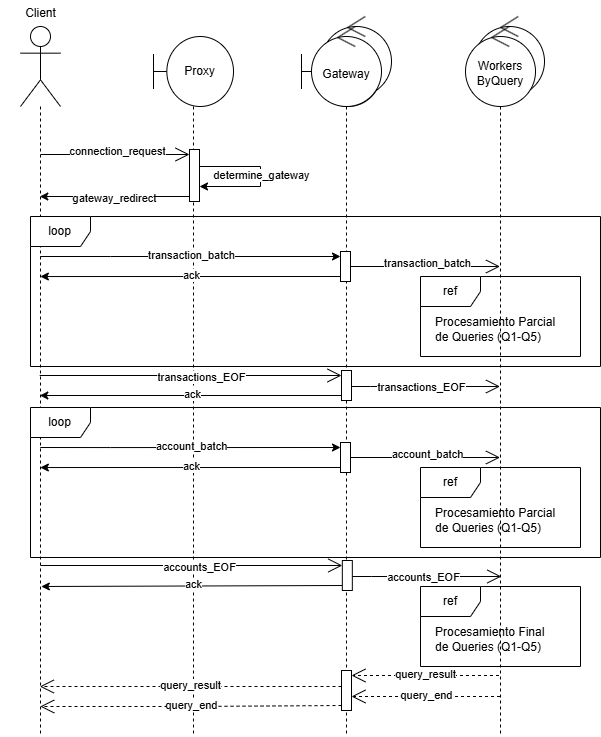
Earlier version of the draw.io export docs/diagramas/diagrama_secuencia.png (LucianaLarrosa/tp-distribuidos-moneylaundering). Source tidied: cells renumbered, new cells last; positions are measured from the earlier drawing's top-left corner, leaving out a move shared by most shapes.
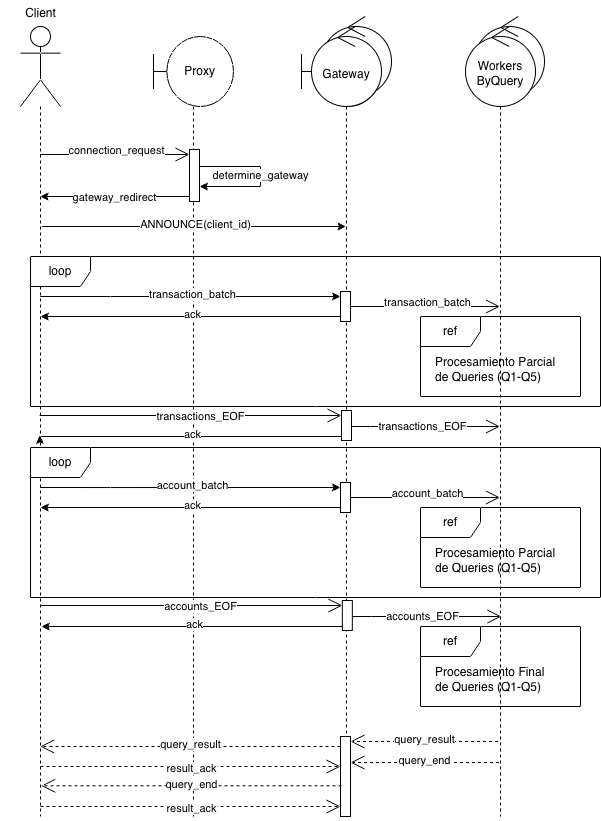
After the change.

Commit message:
docs: update sequence diagram explanation and enhance client acknowledgment details

What changed in the source:
```diff
@@ -3,37 +3,54 @@
     <mxCell id="0" />
     <mxCell id="1" parent="0" />
     <mxCell id="2" value="Boundary Object" style="shape=umlBoundary;whiteSpace=wrap;html=1;" parent="1" vertex="1">
-      <mxGeometry x="301" y="36" width="80" height="70" as="geometry" />
+      <mxGeometry x="301" y="-4" width="80" height="70" as="geometry" />
     </mxCell>
     <mxCell id="3" style="ellipse;shape=umlControl;whiteSpace=wrap;html=1;verticalAlign=middle;" parent="1" vertex="1">
-      <mxGeometry x="321" y="16" width="70" height="80" as="geometry" />
+      <mxGeometry x="321" y="-24" width="70" height="80" as="geometry" />
     </mxCell>
     <mxCell id="4" value=" " style="shape=umlLifeline;perimeter=lifelinePerimeter;whiteSpace=wrap;html=1;outlineConnect=0;portConstraint=eastwest;newEdgeStyle={&quot;curved&quot;:0,&quot;rounded&quot;:0};participant=umlActor;size=80;" parent="1" vertex="1">
-      <mxGeometry x="20" y="26" width="40" height="710" as="geometry" />
+      <mxGeometry x="20" y="-14" width="40" height="790" as="geometry" />
     </mxCell>
     <mxCell id="5" value="&lt;span style=&quot;font-weight: normal;&quot;&gt;Client&lt;/span&gt;" style="text;align=center;fontStyle=1;verticalAlign=middle;spacingLeft=3;spacingRight=3;strokeColor=none;html=1;" parent="1" vertex="1">
-      <mxGeometry width="80" height="26" as="geometry" />
+      <mxGeometry y="-40" width="80" height="26" as="geometry" />
     </mxCell>
     <mxCell id="6" value="&lt;div&gt;&lt;span style=&quot;font-size: 12px; background-color: transparent; color: light-dark(rgb(0, 0, 0), rgb(255, 255, 255));&quot;&gt;&lt;br&gt;&lt;/span&gt;&lt;/div&gt;&lt;div&gt;&lt;span style=&quot;font-size: 12px; background-color: transparent; color: light-dark(rgb(0, 0, 0), rgb(255, 255, 255));&quot;&gt;Gateway&lt;/span&gt;&lt;/div&gt;" style="shape=umlLifeline;perimeter=lifelinePerimeter;whiteSpace=wrap;html=1;outlineConnect=0;portConstraint=eastwest;newEdgeStyle={&quot;curved&quot;:0,&quot;rounded&quot;:0};participant=umlControl;fontSize=8;size=80;" parent="1" vertex="1">
-      <mxGeometry x="311" y="26" width="70" height="710" as="geometry" />
+      <mxGeometry x="311" y="-14" width="70" height="790" as="geometry" />
     </mxCell>
-    <mxCell id="7" style="html=1;points=[[0,0,0,0,5],[0,1,0,0,-5],[1,0,0,0,5],[1,1,0,0,-5]];perimeter=orthogonalPerimeter;outlineConnect=0;targetShapes=umlLifeline;portConstraint=eastwest;newEdgeStyle={&quot;curved&quot;:0,&quot;rounded&quot;:0};" parent="6" vertex="1">
-      <mxGeometry x="30" y="644" width="10" height="40" as="geometry" />
-    </mxCell>
     <mxCell id="8" style="html=1;points=[[0,0,0,0,5],[0,1,0,0,-5],[1,0,0,0,5],[1,1,0,0,-5]];perimeter=orthogonalPerimeter;outlineConnect=0;targetShapes=umlLifeline;portConstraint=eastwest;newEdgeStyle={&quot;curved&quot;:0,&quot;rounded&quot;:0};" parent="6" vertex="1">
-      <mxGeometry x="29" y="225" width="10" height="30" as="geometry" />
+      <mxGeometry x="29" y="265" width="10" height="30" as="geometry" />
     </mxCell>
     <mxCell id="9" style="html=1;points=[[0,0,0,0,5],[0,1,0,0,-5],[1,0,0,0,5],[1,1,0,0,-5]];perimeter=orthogonalPerimeter;outlineConnect=0;targetShapes=umlLifeline;portConstraint=eastwest;newEdgeStyle={&quot;curved&quot;:0,&quot;rounded&quot;:0};" parent="6" vertex="1">
-      <mxGeometry x="29" y="416" width="10" height="30" as="geometry" />
+      <mxGeometry x="29" y="456" width="10" height="30" as="geometry" />
     </mxCell>
+    <mxCell id="7" style="html=1;points=[[0,0,0,0,5],[0,1,0,0,-5],[1,0,0,0,5],[1,1,0,0,-5]];perimeter=orthogonalPerimeter;outlineConnect=0;targetShapes=umlLifeline;portConstraint=eastwest;newEdgeStyle={&quot;curved&quot;:0,&quot;rounded&quot;:0};" parent="6" vertex="1">
+      <mxGeometry x="29" y="710" width="10" height="80" as="geometry" />
+    </mxCell>
+    <mxCell id="15" style="endArrow=open;endFill=1;endSize=12;html=1;rounded=0;entryX=1;entryY=0;entryDx=0;entryDy=5;entryPerimeter=0;dashed=1;" parent="6" edge="1" target="7">
+      <mxGeometry relative="1" as="geometry">
+        <mxPoint x="186.5" y="715" as="sourcePoint" />
+      </mxGeometry>
+    </mxCell>
+    <mxCell id="16" value="query_result" style="edgeLabel;html=1;align=center;verticalAlign=middle;" parent="15" vertex="1">
+      <mxGeometry y="-2" relative="1" as="geometry" />
+    </mxCell>
+    <mxCell id="51" style="endArrow=open;endFill=1;endSize=12;html=1;rounded=0;dashed=1;" parent="6" edge="1">
+      <mxGeometry relative="1" as="geometry">
+        <mxPoint x="187.5" y="736" as="sourcePoint" />
+        <mxPoint x="39" y="736" as="targetPoint" />
+      </mxGeometry>
+    </mxCell>
+    <mxCell id="52" value="query_end" style="edgeLabel;html=1;align=center;verticalAlign=middle;" parent="51" vertex="1">
+      <mxGeometry y="-2" relative="1" as="geometry" />
+    </mxCell>
     <mxCell id="10" value="&amp;nbsp; &amp;nbsp; Proxy" style="shape=umlLifeline;perimeter=lifelinePerimeter;whiteSpace=wrap;html=1;newEdgeStyle={&quot;curved&quot;:0,&quot;rounded&quot;:0};participant=umlBoundary;size=70;align=center;verticalAlign=middle;" parent="1" vertex="1">
-      <mxGeometry x="153" y="36" width="80" height="700" as="geometry" />
+      <mxGeometry x="153" y="-4" width="80" height="780" as="geometry" />
     </mxCell>
     <mxCell id="11" style="ellipse;shape=umlControl;whiteSpace=wrap;html=1;verticalAlign=middle;" parent="1" vertex="1">
-      <mxGeometry x="474" y="16" width="70" height="80" as="geometry" />
+      <mxGeometry x="474" y="-24" width="70" height="80" as="geometry" />
     </mxCell>
     <mxCell id="12" value="&lt;div&gt;&lt;span style=&quot;font-size: 12px;&quot;&gt;&lt;br&gt;&lt;/span&gt;&lt;/div&gt;&lt;span style=&quot;font-size: 12px;&quot;&gt;Workers&lt;/span&gt;&lt;div&gt;&lt;span style=&quot;font-size: 12px;&quot;&gt;ByQuery&lt;/span&gt;&lt;/div&gt;" style="shape=umlLifeline;perimeter=lifelinePerimeter;whiteSpace=wrap;html=1;outlineConnect=0;portConstraint=eastwest;newEdgeStyle={&quot;curved&quot;:0,&quot;rounded&quot;:0};participant=umlControl;fontSize=8;size=80;" parent="1" vertex="1">
-      <mxGeometry x="465" y="26" width="70" height="710" as="geometry" />
+      <mxGeometry x="465" y="-14" width="70" height="790" as="geometry" />
     </mxCell>
     <mxCell id="13" value="ref" style="shape=umlFrame;whiteSpace=wrap;html=1;" parent="1" vertex="1">
       <mxGeometry x="420" y="276" width="160" height="80" as="geometry" />
@@ -41,19 +58,11 @@
     <mxCell id="14" value="&lt;span style=&quot;font-weight: normal;&quot;&gt;Procesamiento Parcial&amp;nbsp;&lt;/span&gt;&lt;div&gt;&lt;span style=&quot;font-weight: normal;&quot;&gt;de Queries (Q1-Q5)&lt;/span&gt;&lt;/div&gt;" style="text;align=left;fontStyle=1;verticalAlign=middle;spacingLeft=3;spacingRight=3;strokeColor=none;html=1;" parent="1" vertex="1">
       <mxGeometry x="430" y="316" width="140" height="26" as="geometry" />
     </mxCell>
-    <mxCell id="15" style="endArrow=open;endFill=1;endSize=12;html=1;rounded=0;entryX=1;entryY=0;entryDx=0;entryDy=5;entryPerimeter=0;dashed=1;" parent="1" edge="1" target="7">
-      <mxGeometry relative="1" as="geometry">
-        <mxPoint x="498.5" y="675" as="sourcePoint" />
-      </mxGeometry>
-    </mxCell>
-    <mxCell id="16" value="query_result" style="edgeLabel;html=1;align=center;verticalAlign=middle;" parent="15" vertex="1">
-      <mxGeometry y="-2" relative="1" as="geometry" />
-    </mxCell>
-    <mxCell id="17" style="endArrow=open;endFill=1;endSize=12;html=1;rounded=0;dashed=1;" parent="1" edge="1" source="7">
+    <mxCell id="17" style="endArrow=open;endFill=1;endSize=12;html=1;rounded=0;dashed=1;" parent="1" edge="1" source="7" target="4">
       <mxGeometry relative="1" as="geometry">
-        <mxPoint x="39.3" y="686" as="targetPoint" />
         <Array as="points">
-          <mxPoint x="190" y="686" />
+          <mxPoint x="240" y="706" />
+          <mxPoint x="110" y="706" />
         </Array>
       </mxGeometry>
     </mxCell>
@@ -72,8 +81,8 @@
     <mxCell id="22" style="edgeStyle=orthogonalEdgeStyle;rounded=0;jettySize=auto;html=1;curved=0;exitX=0;exitY=1;exitDx=0;exitDy=-5;exitPerimeter=0;" parent="1" edge="1" source="24" target="4">
       <mxGeometry relative="1" as="geometry">
         <Array as="points">
-          <mxPoint x="90" y="196" />
-          <mxPoint x="90" y="196" />
+          <mxPoint x="90" y="156" />
+          <mxPoint x="90" y="156" />
         </Array>
       </mxGeometry>
     </mxCell>
@@ -81,11 +90,11 @@
       <mxGeometry x="0.01" y="1" relative="1" as="geometry" />
     </mxCell>
     <mxCell id="24" style="html=1;points=[[0,0,0,0,5],[0,1,0,0,-5],[1,0,0,0,5],[1,1,0,0,-5]];perimeter=orthogonalPerimeter;outlineConnect=0;targetShapes=umlLifeline;portConstraint=eastwest;newEdgeStyle={&quot;curved&quot;:0,&quot;rounded&quot;:0};" parent="1" vertex="1">
-      <mxGeometry x="189" y="149" width="10" height="52" as="geometry" />
+      <mxGeometry x="189" y="109" width="10" height="52" as="geometry" />
     </mxCell>
     <mxCell id="25" style="endArrow=open;endFill=1;endSize=12;html=1;rounded=0;entryX=0;entryY=0;entryDx=0;entryDy=5;entryPerimeter=0;" parent="1" edge="1" target="24">
       <mxGeometry relative="1" as="geometry">
-        <mxPoint x="40" y="154" as="sourcePoint" />
+        <mxPoint x="40" y="114" as="sourcePoint" />
       </mxGeometry>
     </mxCell>
     <mxCell id="26" value="connection_request" style="edgeLabel;html=1;align=center;verticalAlign=middle;" parent="25" vertex="1">
@@ -113,8 +122,9 @@
     <mxCell id="31" value="transactions&lt;span style=&quot;color: light-dark(rgb(0, 0, 0), rgb(255, 255, 255));&quot;&gt;_EOF&lt;/span&gt;" style="edgeLabel;html=1;align=center;verticalAlign=middle;" parent="30" vertex="1">
       <mxGeometry x="0.07" y="-1" relative="1" as="geometry" />
     </mxCell>
-    <mxCell id="32" style="endArrow=open;endFill=1;endSize=12;html=1;rounded=0;" parent="1" edge="1" source="29" target="12">
+    <mxCell id="32" style="endArrow=open;endFill=1;endSize=12;html=1;rounded=0;" parent="1" edge="1" source="29">
       <mxGeometry relative="1" as="geometry">
+        <mxPoint x="499.5" y="386" as="targetPoint" />
         <Array as="points">
           <mxPoint x="370" y="386" />
         </Array>
@@ -128,8 +138,8 @@
     <mxCell id="34" style="edgeStyle=orthogonalEdgeStyle;rounded=0;orthogonalLoop=1;jettySize=auto;html=1;curved=0;" parent="1" edge="1" source="24" target="24">
       <mxGeometry relative="1" as="geometry">
         <Array as="points">
-          <mxPoint x="260" y="166" />
-          <mxPoint x="260" y="186" />
+          <mxPoint x="260" y="126" />
+          <mxPoint x="260" y="146" />
         </Array>
       </mxGeometry>
     </mxCell>
@@ -202,8 +212,9 @@
     <mxCell id="48" value="ack" style="edgeLabel;html=1;align=center;verticalAlign=middle;" parent="47" vertex="1">
       <mxGeometry x="-0.01" y="-2" relative="1" as="geometry" />
     </mxCell>
-    <mxCell id="49" style="edgeStyle=orthogonalEdgeStyle;rounded=0;jettySize=auto;html=1;curved=0;startArrow=none;startFill=0;endArrow=classic;endFill=1;exitX=0;exitY=1;exitDx=0;exitDy=-5;exitPerimeter=0;" parent="1" edge="1" source="29" target="4">
+    <mxCell id="49" style="edgeStyle=orthogonalEdgeStyle;rounded=0;jettySize=auto;html=1;curved=0;startArrow=none;startFill=0;endArrow=classic;endFill=1;exitX=0;exitY=1;exitDx=0;exitDy=-5;exitPerimeter=0;" parent="1" edge="1" source="29">
       <mxGeometry relative="1" as="geometry">
+        <mxPoint x="39.1" y="395" as="targetPoint" />
         <Array as="points">
           <mxPoint x="341" y="396" />
         </Array>
@@ -212,20 +223,12 @@
     <mxCell id="50" value="ack" style="edgeLabel;html=1;align=center;verticalAlign=middle;" parent="49" vertex="1">
       <mxGeometry x="-0.01" y="-2" relative="1" as="geometry" />
     </mxCell>
-    <mxCell id="51" style="endArrow=open;endFill=1;endSize=12;html=1;rounded=0;dashed=1;" parent="1" edge="1">
-      <mxGeometry relative="1" as="geometry">
-        <mxPoint x="499.5" y="696" as="sourcePoint" />
-        <mxPoint x="351" y="696" as="targetPoint" />
-      </mxGeometry>
-    </mxCell>
-    <mxCell id="52" value="query_end" style="edgeLabel;html=1;align=center;verticalAlign=middle;" parent="51" vertex="1">
-      <mxGeometry y="-2" relative="1" as="geometry" />
-    </mxCell>
-    <mxCell id="53" style="endArrow=open;endFill=1;endSize=12;html=1;rounded=0;dashed=1;exitX=0;exitY=1;exitDx=0;exitDy=-5;exitPerimeter=0;" parent="1" edge="1" source="7">
+    <mxCell id="53" style="endArrow=open;endFill=1;endSize=12;html=1;rounded=0;dashed=1;" parent="1" edge="1">
       <mxGeometry relative="1" as="geometry">
-        <mxPoint x="39.7" y="706" as="targetPoint" />
+        <mxPoint x="341" y="745.3" as="sourcePoint" />
+        <mxPoint x="40.7" y="745.3" as="targetPoint" />
         <Array as="points">
-          <mxPoint x="191" y="706" />
+          <mxPoint x="192" y="745.3" />
         </Array>
       </mxGeometry>
     </mxCell>
@@ -267,5 +270,41 @@
     <mxCell id="61" value="ack" style="edgeLabel;html=1;align=center;verticalAlign=middle;" parent="60" vertex="1">
       <mxGeometry x="-0.01" y="-2" relative="1" as="geometry" />
     </mxCell>
+    <mxCell id="62" style="edgeStyle=orthogonalEdgeStyle;rounded=0;jettySize=auto;html=1;curved=0;startArrow=classic;startFill=1;endArrow=none;endFill=0;" parent="1" edge="1" source="6">
+      <mxGeometry relative="1" as="geometry">
+        <mxPoint x="41.6" y="186" as="targetPoint" />
+        <Array as="points">
+          <mxPoint x="250" y="186" />
+          <mxPoint x="250" y="186" />
+        </Array>
+      </mxGeometry>
+    </mxCell>
+    <mxCell id="63" value="ANNOUNCE(client_id)" style="edgeLabel;html=1;align=center;verticalAlign=middle;" parent="62" vertex="1">
+      <mxGeometry x="-0.01" y="-2" relative="1" as="geometry" />
+    </mxCell>
+    <mxCell id="64" style="endArrow=open;endFill=1;endSize=12;html=1;rounded=0;dashed=1;" parent="1" edge="1">
+      <mxGeometry relative="1" as="geometry">
+        <mxPoint x="40" y="726" as="sourcePoint" />
+        <mxPoint x="340" y="726" as="targetPoint" />
+        <Array as="points">
+          <mxPoint x="105" y="726" />
+        </Array>
+      </mxGeometry>
+    </mxCell>
+    <mxCell id="65" value="result_ack" style="edgeLabel;html=1;align=center;verticalAlign=middle;" parent="64" vertex="1">
+      <mxGeometry y="-2" relative="1" as="geometry" />
+    </mxCell>
+    <mxCell id="66" style="endArrow=open;endFill=1;endSize=12;html=1;rounded=0;dashed=1;" parent="1" edge="1">
+      <mxGeometry relative="1" as="geometry">
+        <mxPoint x="40" y="766" as="sourcePoint" />
+        <mxPoint x="340" y="766" as="targetPoint" />
+        <Array as="points">
+          <mxPoint x="105" y="766" />
+        </Array>
+      </mxGeometry>
+    </mxCell>
+    <mxCell id="67" value="result_ack" style="edgeLabel;html=1;align=center;verticalAlign=middle;" parent="66" vertex="1">
+      <mxGeometry y="-2" relative="1" as="geometry" />
+    </mxCell>
   </root>
 </mxGraphModel>
```
